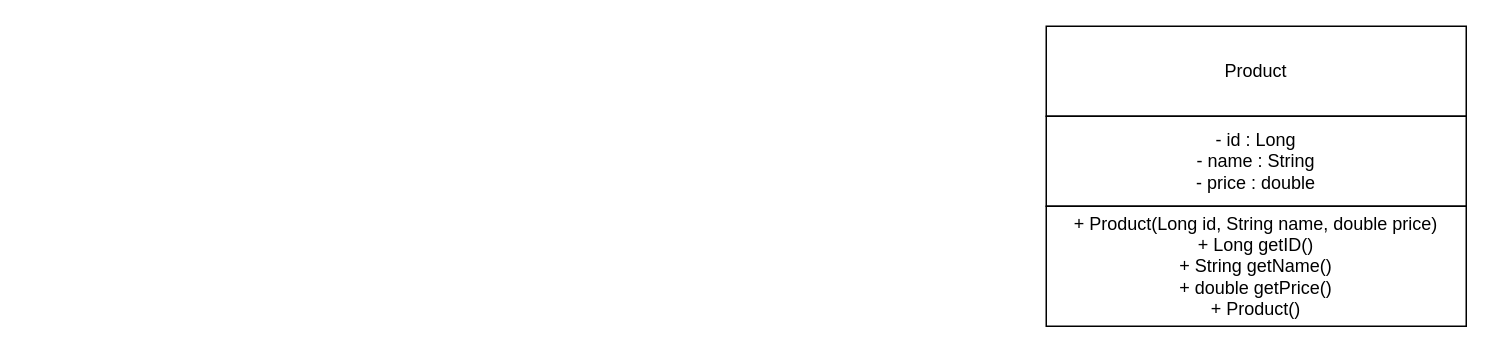
The draw.io diagram docs/uml/Product.drawio in darren-adjei/products-api, before the edit. Source tidied: cells renumbered, new cells numbered last; positions are measured from the earlier drawing's top-left corner, leaving out a move shared by most shapes. Both pictures are drawn from the tidied source at 150%, with x=0, y=0 at pixel (1046, 26).
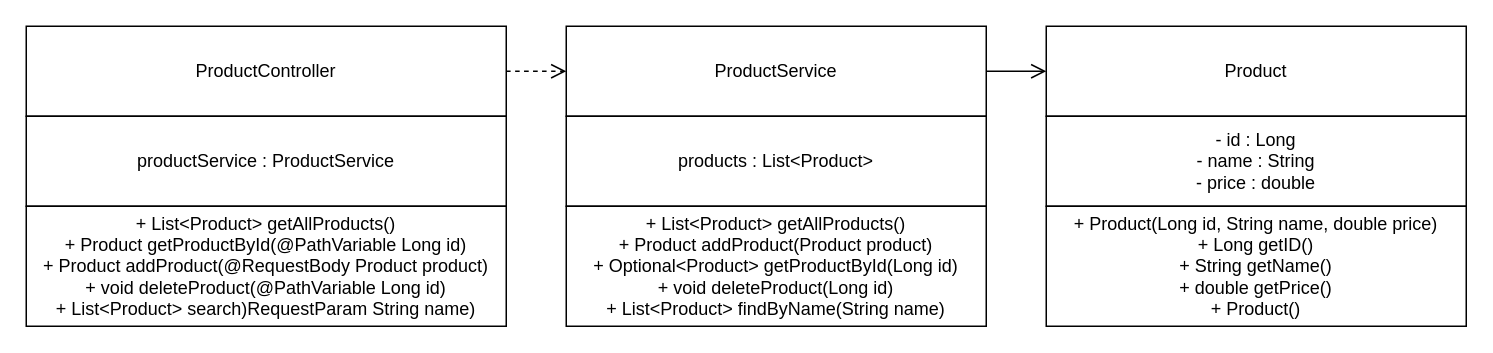
The same page after the edit.

Commit message (it also covers changes not shown here):
Added findByName and updated diagram to include ProductController and ProductService.

Diff of the diagram source:
```diff
@@
 <mxGraphModel>
   <root>
     <mxCell id="0" />
     <mxCell id="1" parent="0" />
     <mxCell id="2" value="Product" style="rounded=0;whiteSpace=wrap;html=1;" parent="1" vertex="1">
       <mxGeometry width="280" height="60" as="geometry" />
     </mxCell>
     <mxCell id="3" value="- id : Long&lt;div&gt;- name : String&lt;/div&gt;&lt;div&gt;- price : double&lt;/div&gt;" style="rounded=0;whiteSpace=wrap;html=1;" parent="1" vertex="1">
       <mxGeometry y="60" width="280" height="60" as="geometry" />
     </mxCell>
     <mxCell id="4" value="+ Product(Long id, String name, double price)&lt;div&gt;+ Long getID()&lt;/div&gt;&lt;div&gt;+ String getName()&lt;/div&gt;&lt;div&gt;+ double getPrice()&lt;/div&gt;&lt;div&gt;+ Product()&lt;/div&gt;" style="rounded=0;whiteSpace=wrap;html=1;" parent="1" vertex="1">
       <mxGeometry y="120" width="280" height="80" as="geometry" />
     </mxCell>
+    <mxCell id="5" style="edgeStyle=orthogonalEdgeStyle;shape=connector;curved=1;rounded=0;curveGeometry=1;jettySize=auto;html=1;exitX=1;exitY=0.5;exitDx=0;exitDy=0;entryX=0;entryY=0.5;entryDx=0;entryDy=0;strokeColor=default;align=center;verticalAlign=middle;fontFamily=Helvetica;fontSize=11;fontColor=default;labelBackgroundColor=default;startSize=8;endArrow=open;endFill=0;endSize=8;dashed=1;" parent="1" edge="1" source="6" target="10">
+      <mxGeometry relative="1" as="geometry" />
+    </mxCell>
+    <mxCell id="6" value="ProductController" style="rounded=0;whiteSpace=wrap;html=1;" parent="1" vertex="1">
+      <mxGeometry x="-680" width="320" height="60" as="geometry" />
+    </mxCell>
+    <mxCell id="7" value="productService : ProductService" style="rounded=0;whiteSpace=wrap;html=1;" parent="1" vertex="1">
+      <mxGeometry x="-680" y="60" width="320" height="60" as="geometry" />
+    </mxCell>
+    <mxCell id="8" value="+ List&amp;lt;Product&amp;gt; getAllProducts()&lt;div&gt;+ Product getProductById(@PathVariable Long id)&lt;/div&gt;&lt;div&gt;+ Product addProduct(@RequestBody Product product)&lt;/div&gt;&lt;div&gt;+ void deleteProduct(@PathVariable Long id)&lt;/div&gt;&lt;div&gt;+ List&amp;lt;Product&amp;gt; search)RequestParam String name)&lt;/div&gt;" style="rounded=0;whiteSpace=wrap;html=1;" parent="1" vertex="1">
+      <mxGeometry x="-680" y="120" width="320" height="80" as="geometry" />
+    </mxCell>
+    <mxCell id="9" style="edgeStyle=orthogonalEdgeStyle;shape=connector;curved=1;rounded=0;curveGeometry=1;jettySize=auto;html=1;exitX=1;exitY=0.5;exitDx=0;exitDy=0;entryX=0;entryY=0.5;entryDx=0;entryDy=0;strokeColor=default;align=center;verticalAlign=middle;fontFamily=Helvetica;fontSize=11;fontColor=default;labelBackgroundColor=default;startSize=8;endArrow=open;endFill=0;endSize=8;" parent="1" edge="1" source="10" target="2">
+      <mxGeometry relative="1" as="geometry" />
+    </mxCell>
+    <mxCell id="10" value="ProductService" style="rounded=0;whiteSpace=wrap;html=1;" parent="1" vertex="1">
+      <mxGeometry x="-320" width="280" height="60" as="geometry" />
+    </mxCell>
+    <mxCell id="11" value="products : List&amp;lt;Product&amp;gt;" style="rounded=0;whiteSpace=wrap;html=1;" parent="1" vertex="1">
+      <mxGeometry x="-320" y="60" width="280" height="60" as="geometry" />
+    </mxCell>
+    <mxCell id="12" value="+ List&amp;lt;Product&amp;gt; getAllProducts()&lt;div&gt;+ Product addProduct(Product product)&lt;/div&gt;&lt;div&gt;+ Optional&amp;lt;Product&amp;gt; getProductById(Long id)&lt;/div&gt;&lt;div&gt;+ void deleteProduct(Long id)&lt;/div&gt;&lt;div&gt;+ List&amp;lt;Product&amp;gt; findByName(String name)&lt;/div&gt;" style="rounded=0;whiteSpace=wrap;html=1;" parent="1" vertex="1">
+      <mxGeometry x="-320" y="120" width="280" height="80" as="geometry" />
+    </mxCell>
   </root>
 </mxGraphModel>
```
